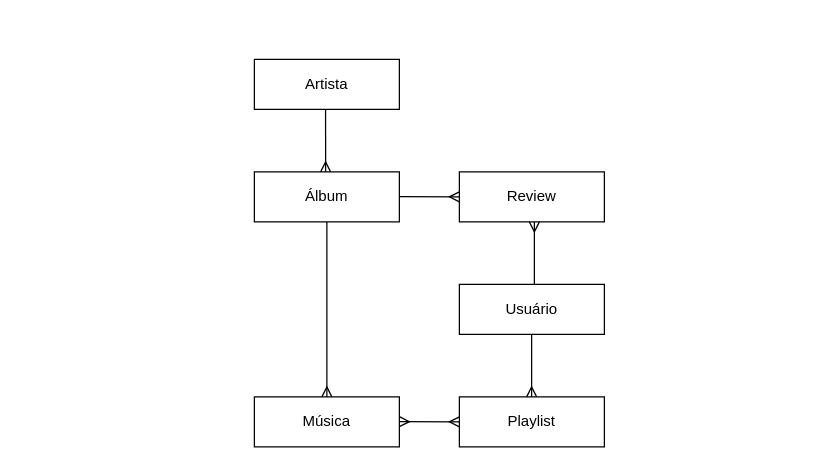
Before: modelo-backend.drawio in joao1824/Projeto_Back_End_api, a draw.io diagram. Source tidied: cells renumbered, new cells numbered last; positions are measured from the earlier drawing's top-left corner, leaving out a move shared by most shapes. Both pictures are drawn from the tidied source at 125%, with x=0, y=0 at pixel (254, 59).
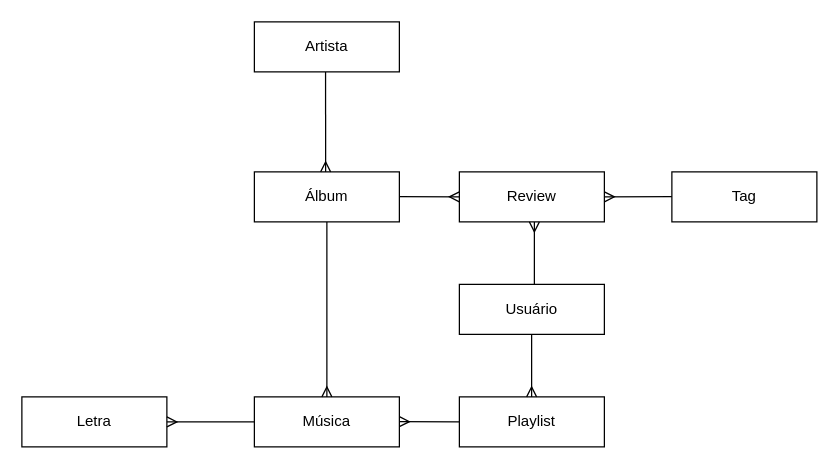
After the change.

Commit message:
Modelo atualizado

Unchanged cells that the change refers to:
```xml
<mxCell id="2" value="Música" style="whiteSpace=wrap;html=1;align=center;" parent="1" vertex="1">
  <mxGeometry y="270" width="116" height="40" as="geometry" />
</mxCell>
<mxCell id="5" value="Review" style="whiteSpace=wrap;html=1;align=center;" parent="1" vertex="1">
  <mxGeometry x="164" y="90" width="116" height="40" as="geometry" />
</mxCell>
```

The edit, as a diff of the source:
```diff
@@
     <mxCell id="4" value="Artista" style="whiteSpace=wrap;html=1;align=center;" parent="1" vertex="1">
-      <mxGeometry width="116" height="40" as="geometry" />
+      <mxGeometry y="-30" width="116" height="40" as="geometry" />
     </mxCell>
@@
-    <mxCell id="13" style="fontSize=12;html=1;endArrow=ERmany;rounded=0;startArrow=ERmany;startFill=0;endFill=0;exitX=0;exitY=0.5;exitDx=0;exitDy=0;" parent="1" edge="1">
+    <mxCell id="13" style="fontSize=12;html=1;endArrow=ERmany;rounded=0;startArrow=none;startFill=0;endFill=0;exitX=0;exitY=0.5;exitDx=0;exitDy=0;" parent="1" edge="1">
       <mxGeometry relative="1" as="geometry">
         <mxPoint x="164" y="290" as="sourcePoint" />
         <mxPoint x="116" y="289.8" as="targetPoint" />
       </mxGeometry>
     </mxCell>
+    <mxCell id="14" value="Letra" style="whiteSpace=wrap;html=1;align=center;" parent="1" vertex="1">
+      <mxGeometry x="-186" y="270" width="116" height="40" as="geometry" />
+    </mxCell>
+    <mxCell id="15" style="fontSize=12;html=1;endArrow=none;rounded=0;startArrow=ERmany;startFill=0;endFill=0;exitX=1;exitY=0.5;exitDx=0;exitDy=0;entryX=0;entryY=0.5;entryDx=0;entryDy=0;" parent="1" edge="1" source="14" target="2">
+      <mxGeometry relative="1" as="geometry" />
+    </mxCell>
+    <mxCell id="16" value="Tag" style="whiteSpace=wrap;html=1;align=center;" parent="1" vertex="1">
+      <mxGeometry x="334" y="90" width="116" height="40" as="geometry" />
+    </mxCell>
+    <mxCell id="17" style="fontSize=12;html=1;endArrow=ERmany;rounded=0;startArrow=none;startFill=0;endFill=0;exitX=0;exitY=0.5;exitDx=0;exitDy=0;entryX=1;entryY=0.5;entryDx=0;entryDy=0;" parent="1" edge="1" target="5">
+      <mxGeometry relative="1" as="geometry">
+        <mxPoint x="334" y="109.8" as="sourcePoint" />
+      </mxGeometry>
+    </mxCell>
```
